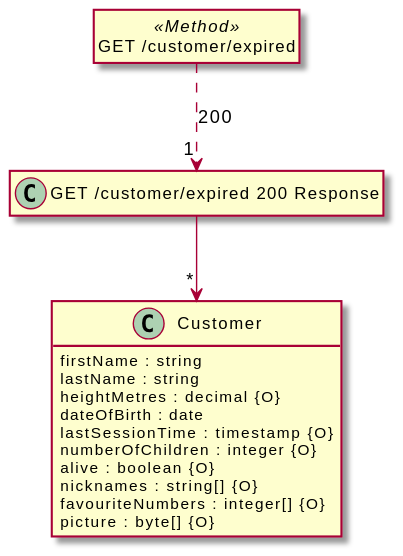
This is src/docs/tests/path-returns-non-ref.puml.svg from davidmoten/openapi-to-plantuml, a PlantUML export, as it was before one commit.
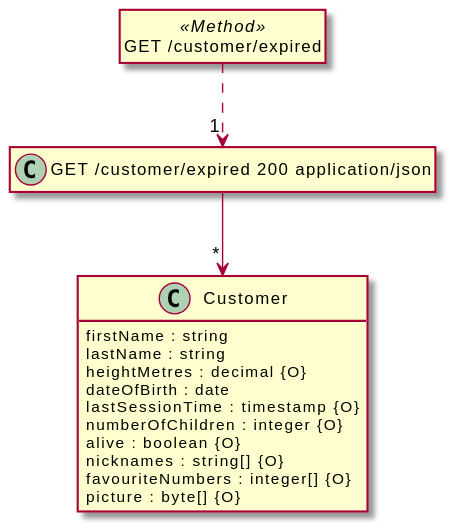
After the commit.

Change to the diagram source:
```diff
@@ -20,11 +20,11 @@
 class "GET /customer/expired" <<Method>> {
 }
 
-class "GET /customer/expired 200 Response" {
+class "GET /customer/expired 200 application/json" {
 }
 
-"GET /customer/expired 200 Response" --> "*" "Customer"
+"GET /customer/expired 200 application/json" --> "*" "Customer"
 
-"GET /customer/expired" ..> "1" "GET /customer/expired 200 Response" : "200"
+"GET /customer/expired" ..> "1" "GET /customer/expired 200 application/json"
 
 @enduml
```
